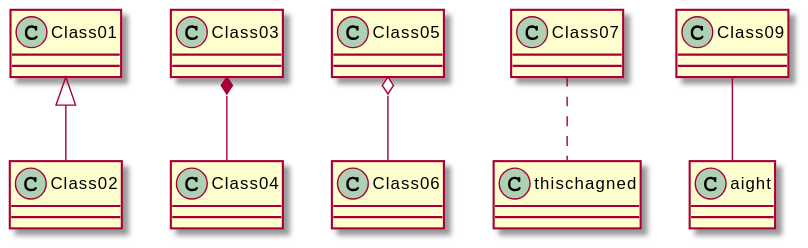
weichware10/meilensteine keeps this PlantUML diagram as meilenstein_03/test.svg. Above is the earlier version.
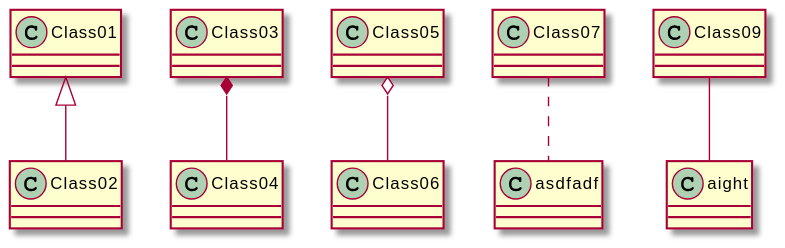
After the change.

Commit message:
Render PlantUML SVGs

Change to the diagram source:
```diff
@@ -2,6 +2,6 @@
 Class01 <|-- Class02
 Class03 *-- Class04
 Class05 o-- Class06
-Class07 .. thischagned
+Class07 .. asdfadf
 Class09 -- aight
 @enduml
```
